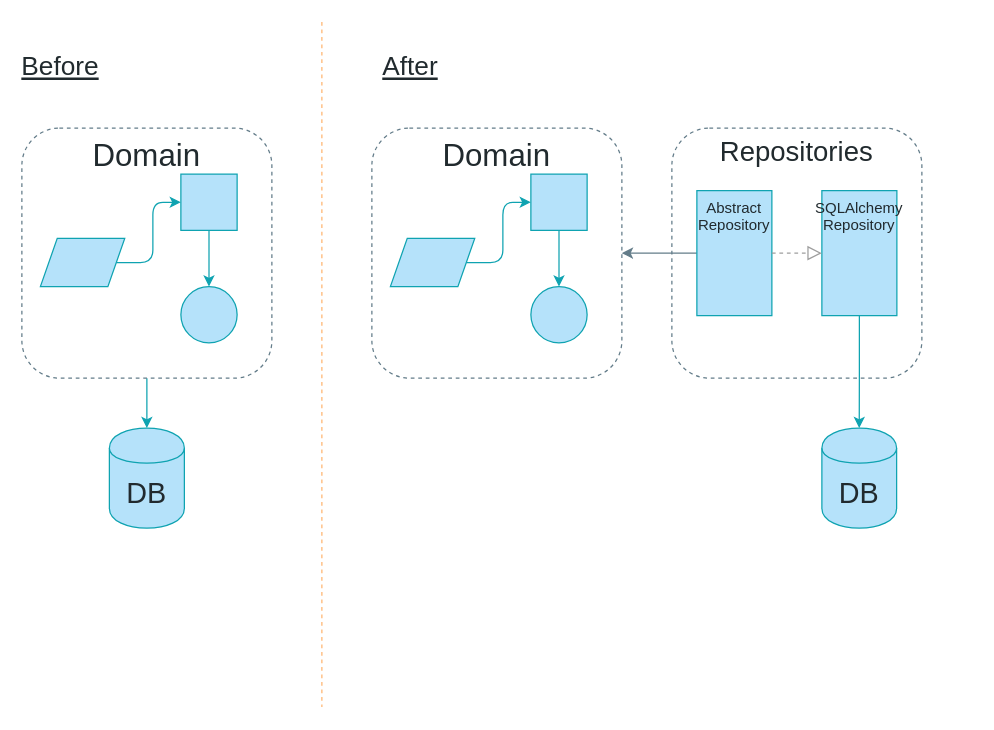
Above: page "Chapter 2" (2 of 10) of maps.drawio in cosmicpython/book (draw.io), before the change. Source tidied: cells renumbered, new cells numbered last; positions are measured from the earlier drawing's top-left corner, leaving out a move shared by most shapes. Both pictures are drawn from the tidied source at 125%, with x=0, y=0 at pixel (21, 21).
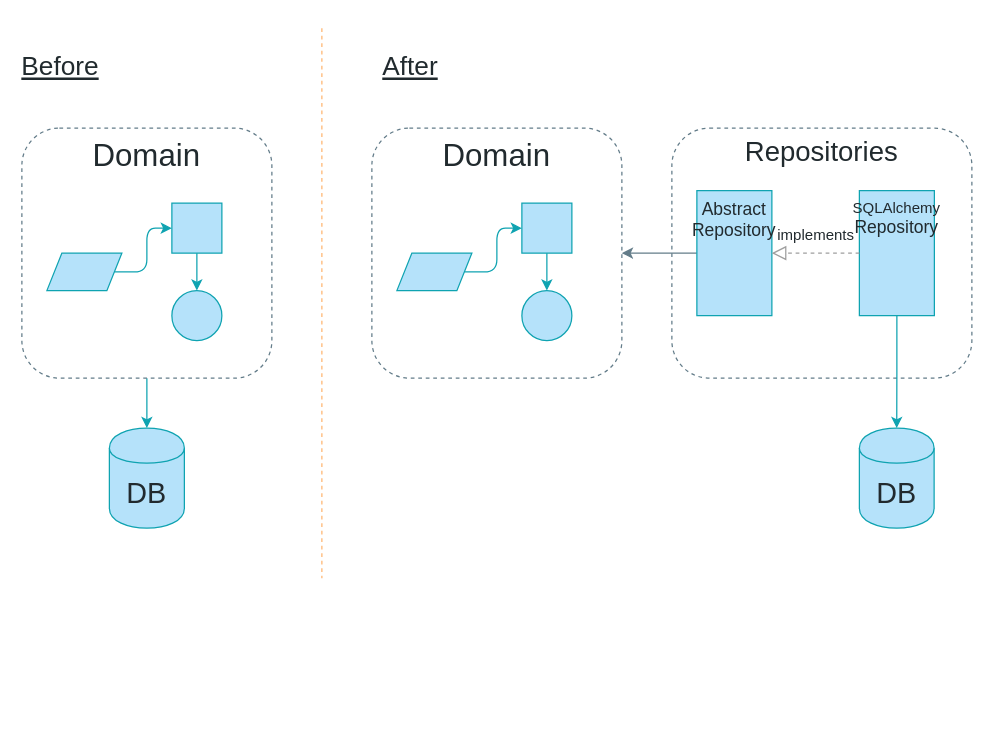
The same page after the edit.

Unchanged cells that the change refers to:
```xml
<mxCell id="14" style="group;" parent="1" vertex="1">
  <mxGeometry y="85" width="200" height="200" as="geometry" />
</mxCell>
<mxCell id="21" style="group;" parent="1" vertex="1">
  <mxGeometry x="280" y="85" width="200" height="200" as="geometry" />
</mxCell>
<mxCell id="22" value="Domain" style="rounded=1;whiteSpace=wrap;html=1;fontFamily=Guardian Sans Cond Light;verticalAlign=top;fontSize=25;fontColor=#212A2E;fillColor=none;strokeColor=#637C89;dashed=1;" parent="21" vertex="1">
  <mxGeometry width="200" height="200" as="geometry" />
</mxCell>
```

The edit, as a diff of the source:
```diff
@@
     <mxCell id="5" style="endArrow=none;dashed=1;html=1;strokeColor=#FFB570;fillColor=#B5E2FA;fontFamily=Guardian Sans Cond Light;fontSize=21;fontColor=#212A2E;" parent="1" edge="1">
       <mxGeometry relative="1" as="geometry">
-        <mxPoint x="240" as="sourcePoint" />
-        <mxPoint x="240" y="548" as="targetPoint" />
+        <mxPoint x="240" y="5" as="sourcePoint" />
+        <mxPoint x="240" y="445" as="targetPoint" />
       </mxGeometry>
     </mxCell>
@@
-    <mxCell id="7" style="edgeStyle=orthogonalEdgeStyle;jettySize=auto;html=1;entryX=1;entryY=0.5;entryDx=0;entryDy=0;strokeColor=#637C89;fillColor=#B5E2FA;fontFamily=Guardian Sans Cond Light;fontSize=12;fontColor=#212A2E;" parent="1" edge="1" source="9" target="22">
+    <mxCell id="7" style="edgeStyle=orthogonalEdgeStyle;jettySize=auto;html=1;strokeColor=#637C89;fillColor=#B5E2FA;fontFamily=Guardian Sans Cond Light;fontSize=12;fontColor=#212A2E;" parent="1" edge="1" source="9" target="22">
       <mxGeometry relative="1" as="geometry" />
     </mxCell>
     <mxCell id="8" value="&lt;font style=&quot;font-size: 22px;&quot; color=&quot;#212A2E&quot;&gt;Repositories&lt;/font&gt;" style="whiteSpace=wrap;html=1;strokeColor=#637C89;fillColor=none;gradientColor=none;fontFamily=Guardian Sans Cond Light;fontSize=22;fontColor=#000000;verticalAlign=top;rounded=1;dashed=1;" parent="1" vertex="1">
-      <mxGeometry x="520" y="85" width="200" height="200" as="geometry" />
+      <mxGeometry x="520" y="85" width="240" height="200" as="geometry" />
     </mxCell>
-    <mxCell id="9" value="&lt;font style=&quot;font-size: 12px&quot; color=&quot;#212A2E&quot;&gt;Abstract Repository&lt;br style=&quot;font-size: 12px;&quot;&gt;&lt;/font&gt;" style="whiteSpace=wrap;html=1;strokeColor=#0FA3B1;fillColor=#B5E2FA;gradientColor=none;fontFamily=Guardian Sans Cond Light;fontSize=12;fontColor=#212A2E;verticalAlign=top;" parent="1" vertex="1">
+    <mxCell id="9" value="&lt;font style=&quot;font-size: 14px;&quot; color=&quot;#212A2E&quot;&gt;Abstract Repository&lt;br style=&quot;font-size: 14px;&quot;&gt;&lt;/font&gt;" style="whiteSpace=wrap;html=1;strokeColor=#0FA3B1;fillColor=#B5E2FA;gradientColor=none;fontFamily=Guardian Sans Cond Light;fontSize=14;fontColor=#212A2E;verticalAlign=top;" parent="1" vertex="1">
       <mxGeometry x="540" y="135" width="60" height="100" as="geometry" />
     </mxCell>
@@
-    <mxCell id="11" value="SQLAlchemy&lt;br style=&quot;font-size: 12px;&quot;&gt;Repository" style="whiteSpace=wrap;html=1;strokeColor=#0FA3B1;fillColor=#B5E2FA;gradientColor=none;fontFamily=Guardian Sans Cond Light;fontSize=12;fontColor=#212A2E;verticalAlign=top;" parent="1" vertex="1">
-      <mxGeometry x="640" y="135" width="60" height="100" as="geometry" />
+    <mxCell id="11" value="SQLAlchemy&lt;br style=&quot;font-size: 12px&quot;&gt;&lt;font style=&quot;font-size: 14px&quot;&gt;Repository&lt;/font&gt;" style="whiteSpace=wrap;html=1;strokeColor=#0FA3B1;fillColor=#B5E2FA;gradientColor=none;fontFamily=Guardian Sans Cond Light;fontSize=12;fontColor=#212A2E;verticalAlign=top;" parent="1" vertex="1">
+      <mxGeometry x="670" y="135" width="60" height="100" as="geometry" />
     </mxCell>
-    <mxCell id="12" style="endArrow=block;dashed=1;endFill=0;endSize=9;html=1;strokeColor=#9E9E9E;fillColor=#B5E2FA;fontFamily=Guardian Sans Cond Light;fontSize=12;fontColor=#212A2E;startSize=4;entryX=0;entryY=0.5;entryDx=0;entryDy=0;exitX=1;exitY=0.5;exitDx=0;exitDy=0;" parent="1" edge="1" source="9" target="11">
+    <mxCell id="12" value="implements" style="endArrow=block;dashed=1;endFill=0;endSize=9;html=1;strokeColor=#9E9E9E;fillColor=#B5E2FA;fontFamily=Guardian Sans Cond Light;fontSize=12;fontColor=#212A2E;startSize=4;entryX=1;entryY=0.5;entryDx=0;entryDy=0;exitX=0;exitY=0.5;exitDx=0;exitDy=0;labelPosition=center;verticalLabelPosition=top;align=center;verticalAlign=bottom;spacingBottom=5;" parent="1" edge="1" source="11" target="9">
       <mxGeometry relative="1" as="geometry" />
     </mxCell>
     <mxCell id="13" value="DB" style="shape=cylinder;whiteSpace=wrap;html=1;boundedLbl=1;backgroundOutline=1;strokeColor=#0FA3B1;fillColor=#B5E2FA;fontSize=23;fontColor=#212A2E;gradientColor=none;fontFamily=Guardian Sans Cond Light;" parent="1" vertex="1">
-      <mxGeometry x="640" y="325" width="59.8" height="80" as="geometry" />
+      <mxGeometry x="670" y="325" width="59.8" height="80" as="geometry" />
     </mxCell>
@@
     <mxCell id="16" style="whiteSpace=wrap;html=1;fontSize=22;strokeColor=#0FA3B1;fillColor=#B5E2FA;fontFamily=Guardian Sans Cond Light;" parent="14" vertex="1">
-      <mxGeometry x="127.2" y="36.8" width="45" height="45" as="geometry" />
+      <mxGeometry x="120" y="60" width="40" height="40" as="geometry" />
     </mxCell>
     <mxCell id="17" style="ellipse;whiteSpace=wrap;html=1;fontSize=20;strokeColor=#0FA3B1;fillColor=#B5E2FA;fontFamily=Guardian Sans Cond Light;" parent="14" vertex="1">
-      <mxGeometry x="127.2" y="126.8" width="45" height="45" as="geometry" />
+      <mxGeometry x="120" y="130" width="40" height="40" as="geometry" />
     </mxCell>
@@
     <mxCell id="20" style="shape=parallelogram;perimeter=parallelogramPerimeter;whiteSpace=wrap;html=1;strokeColor=#0FA3B1;fillColor=#B5E2FA;fontFamily=Guardian Sans Cond Light;fontSize=22;align=center;" parent="14" vertex="1">
-      <mxGeometry x="14.8" y="88.2" width="67.5" height="38.6" as="geometry" />
+      <mxGeometry x="20" y="100" width="60" height="30" as="geometry" />
     </mxCell>
@@
-    <mxCell id="23" style="whiteSpace=wrap;html=1;fontSize=22;strokeColor=#0FA3B1;fillColor=#B5E2FA;fontFamily=Guardian Sans Cond Light;" parent="21" vertex="1">
-      <mxGeometry x="127.2" y="36.8" width="45" height="45" as="geometry" />
-    </mxCell>
-    <mxCell id="24" style="ellipse;whiteSpace=wrap;html=1;fontSize=20;strokeColor=#0FA3B1;fillColor=#B5E2FA;fontFamily=Guardian Sans Cond Light;" parent="21" vertex="1">
-      <mxGeometry x="127.2" y="126.8" width="45" height="45" as="geometry" />
-    </mxCell>
-    <mxCell id="25" style="edgeStyle=orthogonalEdgeStyle;jettySize=auto;html=1;fontSize=14;strokeColor=#0FA3B1;fillColor=#B5E2FA;" parent="21" edge="1" source="23" target="24">
-      <mxGeometry relative="1" as="geometry" />
-    </mxCell>
-    <mxCell id="26" style="edgeStyle=orthogonalEdgeStyle;rounded=1;jettySize=auto;html=1;fontSize=14;strokeColor=#0FA3B1;entryX=0;entryY=0.5;entryDx=0;entryDy=0;exitX=1;exitY=0.5;exitDx=0;exitDy=0;" parent="21" edge="1" source="27" target="23">
-      <mxGeometry relative="1" as="geometry" />
-    </mxCell>
-    <mxCell id="27" style="shape=parallelogram;perimeter=parallelogramPerimeter;whiteSpace=wrap;html=1;strokeColor=#0FA3B1;fillColor=#B5E2FA;fontFamily=Guardian Sans Cond Light;fontSize=22;align=center;" parent="21" vertex="1">
-      <mxGeometry x="14.8" y="88.2" width="67.5" height="38.6" as="geometry" />
-    </mxCell>
+    <mxCell id="28" style="whiteSpace=wrap;html=1;fontSize=22;strokeColor=#0FA3B1;fillColor=#B5E2FA;fontFamily=Guardian Sans Cond Light;" parent="21" vertex="1">
+      <mxGeometry x="120" y="60" width="40" height="40" as="geometry" />
+    </mxCell>
+    <mxCell id="29" style="ellipse;whiteSpace=wrap;html=1;fontSize=20;strokeColor=#0FA3B1;fillColor=#B5E2FA;fontFamily=Guardian Sans Cond Light;" parent="21" vertex="1">
+      <mxGeometry x="120" y="130" width="40" height="40" as="geometry" />
+    </mxCell>
+    <mxCell id="30" style="edgeStyle=orthogonalEdgeStyle;jettySize=auto;html=1;fontSize=14;strokeColor=#0FA3B1;fillColor=#B5E2FA;" parent="21" edge="1" source="28" target="29">
+      <mxGeometry relative="1" as="geometry" />
+    </mxCell>
+    <mxCell id="31" style="edgeStyle=orthogonalEdgeStyle;rounded=1;jettySize=auto;html=1;fontSize=14;strokeColor=#0FA3B1;entryX=0;entryY=0.5;entryDx=0;entryDy=0;exitX=1;exitY=0.5;exitDx=0;exitDy=0;" parent="21" edge="1" source="32" target="28">
+      <mxGeometry relative="1" as="geometry" />
+    </mxCell>
+    <mxCell id="32" style="shape=parallelogram;perimeter=parallelogramPerimeter;whiteSpace=wrap;html=1;strokeColor=#0FA3B1;fillColor=#B5E2FA;fontFamily=Guardian Sans Cond Light;fontSize=22;align=center;" parent="21" vertex="1">
+      <mxGeometry x="20" y="100" width="60" height="30" as="geometry" />
+    </mxCell>
```
